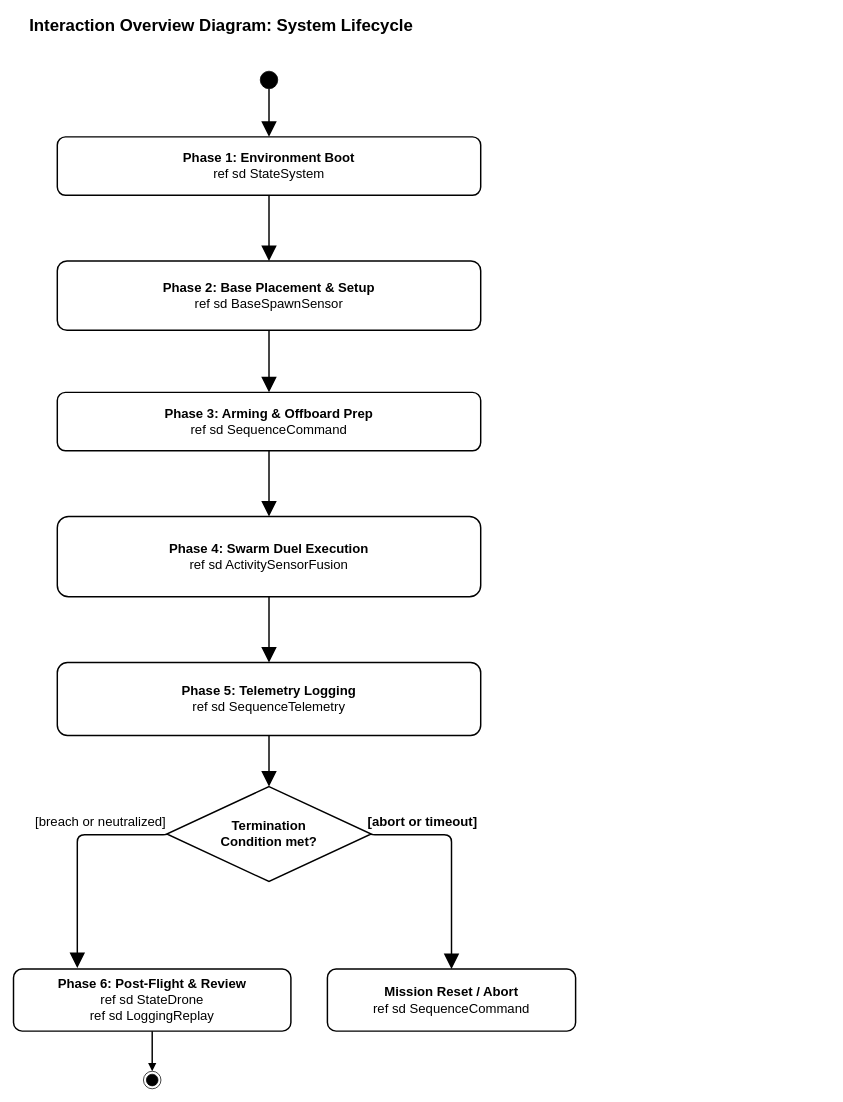
Above: 27_interaction_overview_diagram.drawio in syedmohammad611/diagrams (draw.io), before the change. Source tidied: cells renumbered, new cells numbered last; positions are measured from the earlier drawing's top-left corner, leaving out a move shared by most shapes. Both pictures are drawn from the tidied source at 73%, with x=0, y=0 at pixel (13, 12).
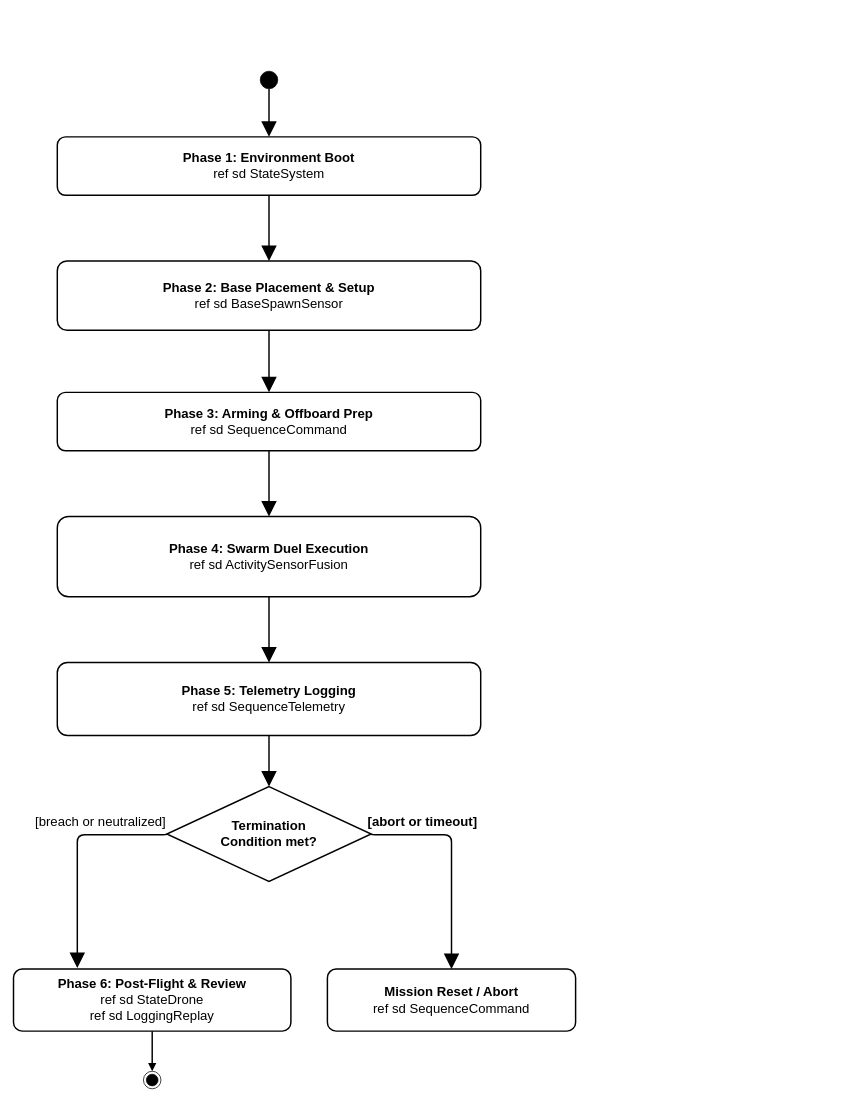
The same diagram, later.

Commit message (it also covers changes not shown here):
refactor: update interaction overview and algorithm flow diagrams

Diff of the diagram source:
```diff
@@
-    <mxCell id="2" value="&lt;b&gt;&lt;font style=&quot;font-size: 23px;&quot;&gt;Interaction Overview Diagram: System Lifecycle&lt;/font&gt;&lt;/b&gt;" style="text;html=1;strokeColor=none;fillColor=none;align=left;verticalAlign=middle;fontFamily=Helvetica;fontColor=#000000;fontSize=22;fontStyle=1;" parent="1" vertex="1">
-      <mxGeometry x="20" width="1100" height="35" as="geometry" />
-    </mxCell>
```
